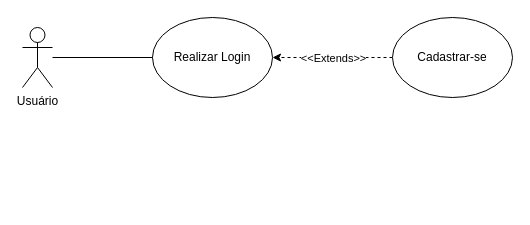
This is Documentacao/TISFinanceLab.drawio from ICEI-PUC-Minas-PPLES-TI/plf-es-2023-1-ti3-6654100-financelab, a draw.io file, before an edit. Source tidied: cells renumbered, new cells numbered last; positions are measured from the earlier drawing's top-left corner, leaving out a move shared by most shapes. Both pictures are drawn from the tidied source at 100%, with x=0, y=0 at pixel (22, 17).
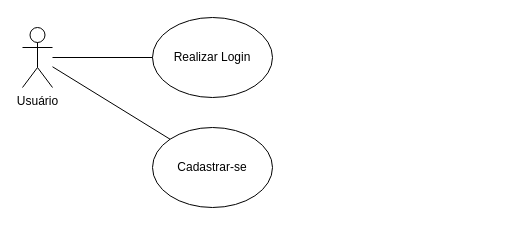
The same diagram, later.

The edit, as a diff of the source:
```diff
@@
 <mxGraphModel>
   <root>
     <mxCell id="0" />
     <mxCell id="1" parent="0" />
     <mxCell id="2" value="Usuário" style="shape=umlActor;verticalLabelPosition=bottom;verticalAlign=top;html=1;outlineConnect=0;" parent="1" vertex="1">
       <mxGeometry y="10" width="30" height="60" as="geometry" />
     </mxCell>
     <mxCell id="3" value="Realizar Login" style="ellipse;whiteSpace=wrap;html=1;" parent="1" vertex="1">
       <mxGeometry x="130" width="120" height="80" as="geometry" />
     </mxCell>
-    <mxCell id="4" style="endArrow=classic;html=1;rounded=0;dashed=1;" parent="1" edge="1" target="3">
-      <mxGeometry relative="1" as="geometry">
-        <mxPoint x="370" y="40" as="sourcePoint" />
-      </mxGeometry>
-    </mxCell>
-    <mxCell id="5" value="&amp;lt;&amp;lt;Extends&amp;gt;&amp;gt;" style="edgeLabel;html=1;align=center;verticalAlign=middle;" parent="4" vertex="1">
-      <mxGeometry relative="1" as="geometry" />
-    </mxCell>
     <mxCell id="6" value="Cadastrar-se" style="ellipse;whiteSpace=wrap;html=1;" parent="1" vertex="1">
-      <mxGeometry x="370" width="120" height="80" as="geometry" />
+      <mxGeometry x="130" y="110" width="120" height="80" as="geometry" />
     </mxCell>
     <mxCell id="7" style="endArrow=none;html=1;rounded=0;entryX=0;entryY=0.5;entryDx=0;entryDy=0;" parent="1" edge="1" source="2" target="3">
       <mxGeometry relative="1" as="geometry" />
     </mxCell>
+    <mxCell id="8" style="endArrow=none;html=1;rounded=0;exitX=0;exitY=0;exitDx=0;exitDy=0;" parent="1" edge="1" source="6" target="2">
+      <mxGeometry relative="1" as="geometry" />
+    </mxCell>
   </root>
 </mxGraphModel>
```
